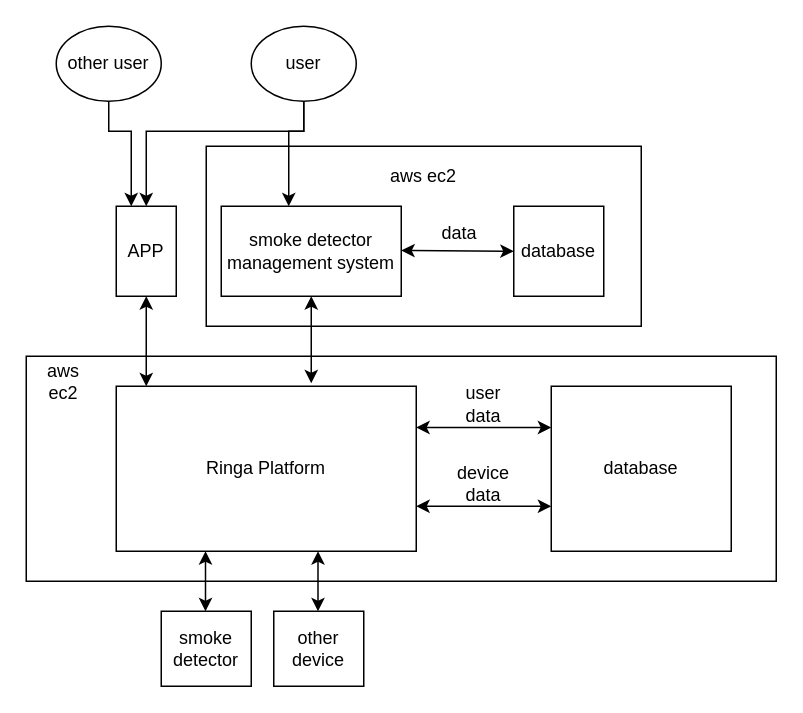
This is 宁德时代方案-英文.drawio from DcBunny/experience-summary, a draw.io file, before an edit. Source tidied: cells renumbered, new cells numbered last; positions are measured from the earlier drawing's top-left corner, leaving out a move shared by most shapes. Both pictures are drawn from the tidied source at 150%, with x=0, y=0 at pixel (26, 26).
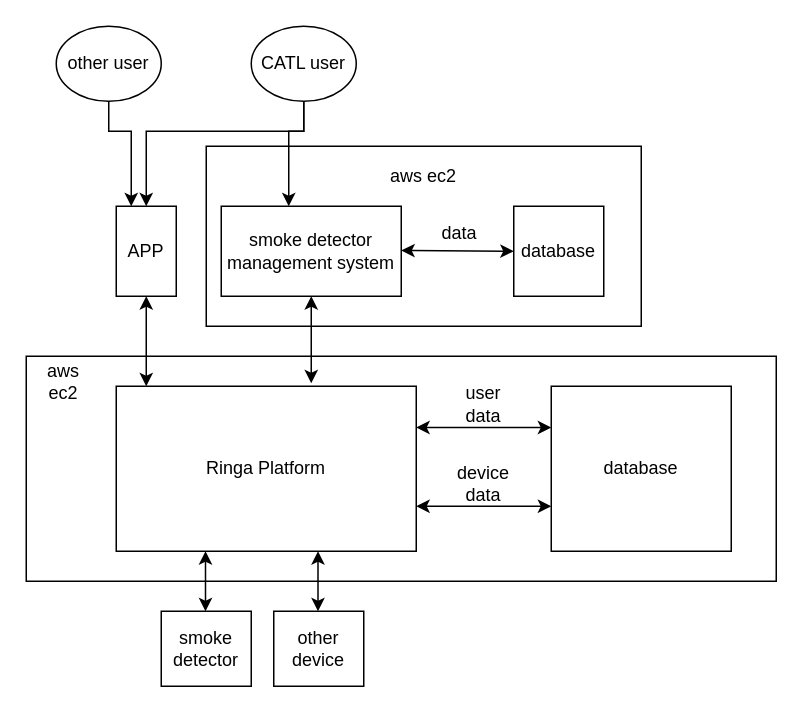
The same page after the edit.

Commit message (it also covers changes not shown here):
Update 宁德时代方案-英文.drawio

The edit, as a diff of the source:
```diff
@@
-    <mxCell id="12" value="user" style="ellipse;whiteSpace=wrap;html=1;" parent="1" vertex="1">
+    <mxCell id="12" value="CATL user" style="ellipse;whiteSpace=wrap;html=1;" parent="1" vertex="1">
       <mxGeometry x="150" width="70" height="50" as="geometry" />
     </mxCell>
```
